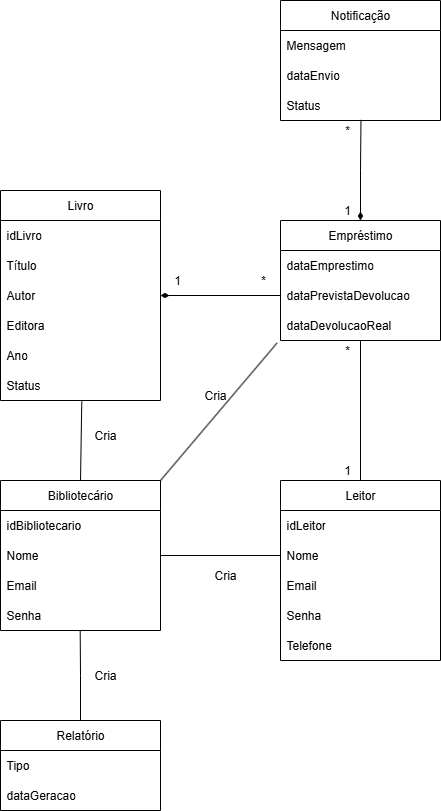
Above: ModeloDeDominio.drawio.png in Zaibam/Projeto-DesenvolvimentoDeSistemas-2 (draw.io), before the change. Source tidied: cells renumbered, new cells last; positions are measured from the earlier drawing's top-left corner, leaving out a move shared by most shapes.
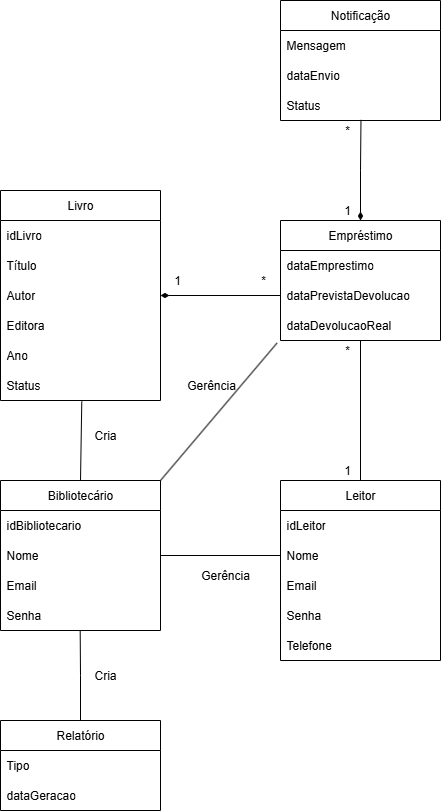
Above is the later version.

What changed in the source:
```diff
@@ -131,11 +131,11 @@
     <mxCell id="44" value="Cria" style="text;html=1;align=center;verticalAlign=middle;whiteSpace=wrap;rounded=0;" parent="1" vertex="1">
       <mxGeometry x="70" y="660" width="70" height="30" as="geometry" />
     </mxCell>
-    <mxCell id="45" value="Cria" style="text;html=1;align=center;verticalAlign=middle;whiteSpace=wrap;rounded=0;" parent="1" vertex="1">
+    <mxCell id="45" value="Gerência" style="text;html=1;align=center;verticalAlign=middle;whiteSpace=wrap;rounded=0;" parent="1" vertex="1">
       <mxGeometry x="190" y="560" width="70" height="30" as="geometry" />
     </mxCell>
-    <mxCell id="46" value="Cria" style="text;html=1;align=center;verticalAlign=middle;whiteSpace=wrap;rounded=0;" parent="1" vertex="1">
-      <mxGeometry x="180" y="380" width="70" height="30" as="geometry" />
+    <mxCell id="46" value="Gerência" style="text;html=1;align=center;verticalAlign=middle;whiteSpace=wrap;rounded=0;" parent="1" vertex="1">
+      <mxGeometry x="176" y="370" width="70" height="30" as="geometry" />
     </mxCell>
     <mxCell id="47" value="Cria" style="text;html=1;align=center;verticalAlign=middle;whiteSpace=wrap;rounded=0;" parent="1" vertex="1">
       <mxGeometry x="70" y="420" width="70" height="30" as="geometry" />
```
